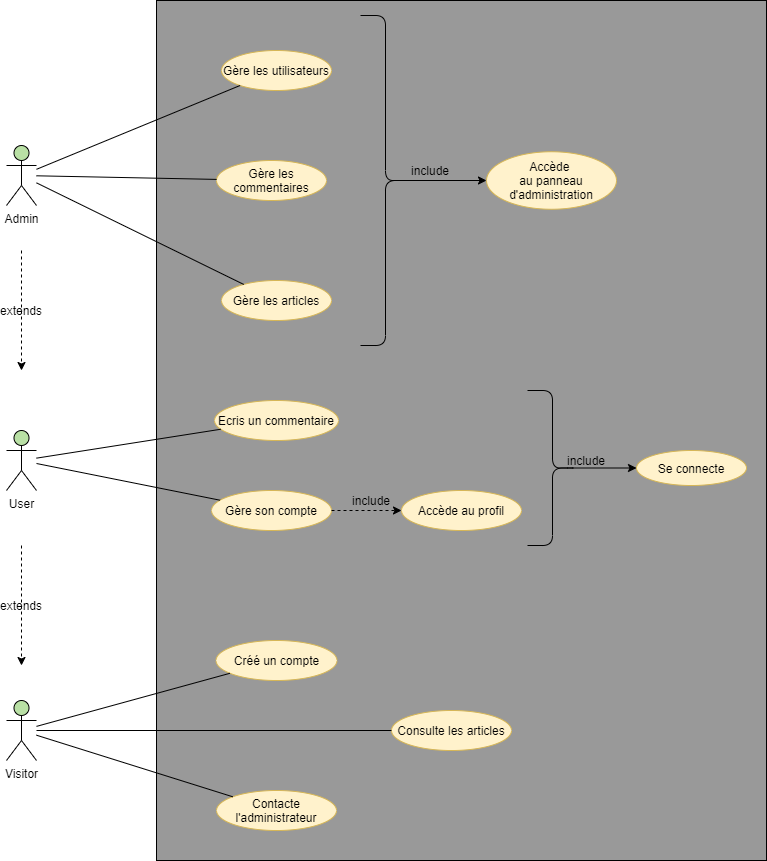
Before: Diagrammes/Diagramme de cas d'utilisation/global_use_case.png, a diagram exported from draw.io (JgPhil/Blog). Source tidied: cells renumbered, new cells last; positions are measured from the earlier drawing's top-left corner, leaving out a move shared by most shapes.
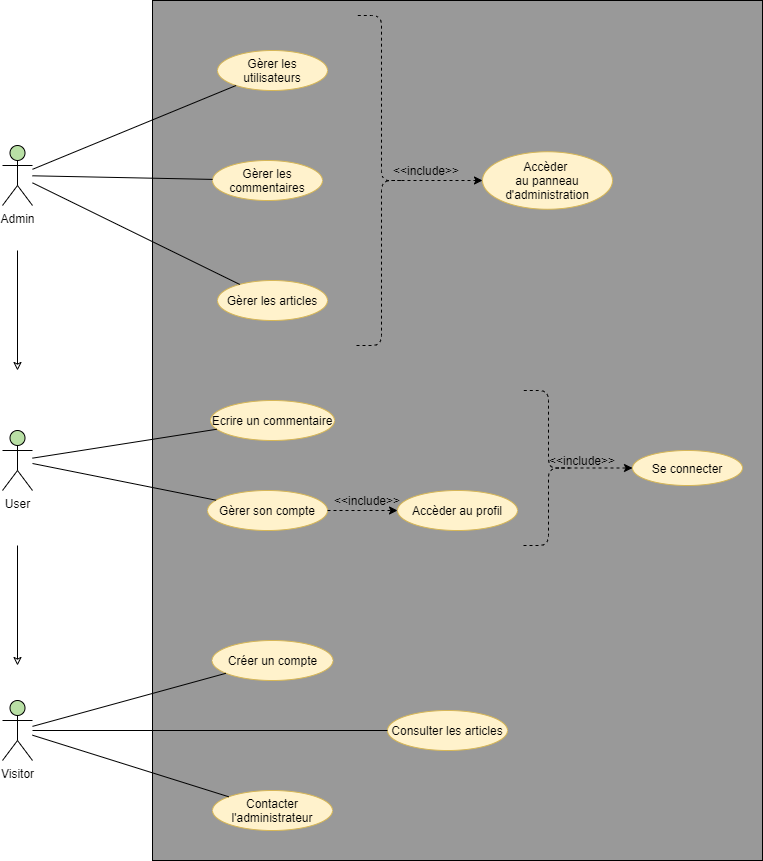
Above is the later version.

Diff of the diagram source:
```diff
@@ -5,7 +5,7 @@
     <mxCell id="2" style="rounded=0;whiteSpace=wrap;html=1;fillColor=#999999;" parent="1" vertex="1">
       <mxGeometry x="155" width="610" height="860" as="geometry" />
     </mxCell>
-    <mxCell id="3" value="Gère les articles" style="ellipse;whiteSpace=wrap;html=1;fillColor=#fff2cc;strokeColor=#d6b656;" parent="1" vertex="1">
+    <mxCell id="3" value="Gèrer les articles" style="ellipse;whiteSpace=wrap;html=1;fillColor=#fff2cc;strokeColor=#d6b656;" parent="1" vertex="1">
       <mxGeometry x="220" y="280" width="110" height="40" as="geometry" />
     </mxCell>
     <mxCell id="4" style="endArrow=none;html=1;" parent="1" edge="1" source="5" target="3">
@@ -20,13 +20,13 @@
     <mxCell id="7" value="Visitor" style="shape=umlActor;verticalLabelPosition=bottom;labelBackgroundColor=#ffffff;verticalAlign=top;html=1;outlineConnect=0;fillColor=#B9E0A5;" parent="1" vertex="1">
       <mxGeometry x="5" y="700" width="30" height="60" as="geometry" />
     </mxCell>
-    <mxCell id="8" value="Consulte les articles" style="ellipse;whiteSpace=wrap;html=1;fillColor=#fff2cc;strokeColor=#d6b656;" parent="1" vertex="1">
+    <mxCell id="8" value="Consulter les articles" style="ellipse;whiteSpace=wrap;html=1;fillColor=#fff2cc;strokeColor=#d6b656;" parent="1" vertex="1">
       <mxGeometry x="390" y="710" width="120" height="40" as="geometry" />
     </mxCell>
-    <mxCell id="9" value="Contacte l'administrateur" style="ellipse;whiteSpace=wrap;html=1;fillColor=#fff2cc;strokeColor=#d6b656;" parent="1" vertex="1">
+    <mxCell id="9" value="Contacter l'administrateur" style="ellipse;whiteSpace=wrap;html=1;fillColor=#fff2cc;strokeColor=#d6b656;" parent="1" vertex="1">
       <mxGeometry x="215" y="790" width="120" height="40" as="geometry" />
     </mxCell>
-    <mxCell id="10" value="Créé un compte" style="ellipse;whiteSpace=wrap;html=1;fillColor=#fff2cc;strokeColor=#d6b656;" parent="1" vertex="1">
+    <mxCell id="10" value="Créer un compte" style="ellipse;whiteSpace=wrap;html=1;fillColor=#fff2cc;strokeColor=#d6b656;" parent="1" vertex="1">
       <mxGeometry x="214.5" y="640" width="121" height="40" as="geometry" />
     </mxCell>
     <mxCell id="11" style="endArrow=none;html=1;" parent="1" edge="1" source="7" target="8">
@@ -38,10 +38,10 @@
     <mxCell id="13" style="endArrow=none;html=1;" parent="1" edge="1" source="7" target="10">
       <mxGeometry relative="1" as="geometry" />
     </mxCell>
-    <mxCell id="14" value="Ecris un commentaire" style="ellipse;whiteSpace=wrap;html=1;fillColor=#fff2cc;strokeColor=#d6b656;" parent="1" vertex="1">
+    <mxCell id="14" value="Ecrire un commentaire" style="ellipse;whiteSpace=wrap;html=1;fillColor=#fff2cc;strokeColor=#d6b656;" parent="1" vertex="1">
       <mxGeometry x="213" y="400" width="124" height="40" as="geometry" />
     </mxCell>
-    <mxCell id="15" value="Gère son compte" style="ellipse;whiteSpace=wrap;html=1;fillColor=#fff2cc;strokeColor=#d6b656;" parent="1" vertex="1">
+    <mxCell id="15" value="Gèrer son compte" style="ellipse;whiteSpace=wrap;html=1;fillColor=#fff2cc;strokeColor=#d6b656;" parent="1" vertex="1">
       <mxGeometry x="210" y="490" width="120" height="40" as="geometry" />
     </mxCell>
     <mxCell id="16" style="endArrow=none;html=1;" parent="1" edge="1" source="6" target="15">
@@ -50,10 +50,10 @@
     <mxCell id="17" style="endArrow=none;html=1;" parent="1" edge="1" source="6" target="14">
       <mxGeometry relative="1" as="geometry" />
     </mxCell>
-    <mxCell id="18" value="Gère les commentaires" style="ellipse;whiteSpace=wrap;html=1;fillColor=#fff2cc;strokeColor=#d6b656;" parent="1" vertex="1">
+    <mxCell id="18" value="Gèrer les commentaires" style="ellipse;whiteSpace=wrap;html=1;fillColor=#fff2cc;strokeColor=#d6b656;" parent="1" vertex="1">
       <mxGeometry x="215" y="160" width="110" height="40" as="geometry" />
     </mxCell>
-    <mxCell id="19" value="Gère les utilisateurs" style="ellipse;whiteSpace=wrap;html=1;fillColor=#fff2cc;strokeColor=#d6b656;" parent="1" vertex="1">
+    <mxCell id="19" value="Gèrer les utilisateurs" style="ellipse;whiteSpace=wrap;html=1;fillColor=#fff2cc;strokeColor=#d6b656;" parent="1" vertex="1">
       <mxGeometry x="220" y="50" width="110" height="40" as="geometry" />
     </mxCell>
     <mxCell id="20" style="endArrow=none;html=1;" parent="1" edge="1" source="5" target="19">
@@ -62,55 +62,49 @@
     <mxCell id="21" style="endArrow=none;html=1;" parent="1" edge="1" source="5" target="18">
       <mxGeometry relative="1" as="geometry" />
     </mxCell>
-    <mxCell id="22" style="endArrow=classic;html=1;dashed=1;" parent="1" edge="1">
+    <mxCell id="22" style="endArrow=classic;html=1;endFill=0;" parent="1" edge="1">
       <mxGeometry relative="1" as="geometry">
         <mxPoint x="20" y="545" as="sourcePoint" />
         <mxPoint x="20" y="665" as="targetPoint" />
       </mxGeometry>
     </mxCell>
-    <mxCell id="23" value="extends" style="text;html=1;strokeColor=none;fillColor=none;align=center;verticalAlign=middle;whiteSpace=wrap;rounded=0;" parent="1" vertex="1">
-      <mxGeometry y="595" width="40" height="20" as="geometry" />
-    </mxCell>
-    <mxCell id="24" style="endArrow=classic;html=1;dashed=1;" parent="1" edge="1">
+    <mxCell id="24" style="endArrow=classic;html=1;endFill=0;" parent="1" edge="1">
       <mxGeometry relative="1" as="geometry">
         <mxPoint x="20" y="250" as="sourcePoint" />
         <mxPoint x="20" y="370" as="targetPoint" />
       </mxGeometry>
     </mxCell>
-    <mxCell id="25" value="extends" style="text;html=1;strokeColor=none;fillColor=none;align=center;verticalAlign=middle;whiteSpace=wrap;rounded=0;" parent="1" vertex="1">
-      <mxGeometry y="300" width="40" height="20" as="geometry" />
-    </mxCell>
-    <mxCell id="26" style="shape=curlyBracket;whiteSpace=wrap;html=1;rounded=1;rotation=-180;" parent="1" vertex="1">
+    <mxCell id="26" style="shape=curlyBracket;whiteSpace=wrap;html=1;rounded=1;rotation=-180;dashed=1;" parent="1" vertex="1">
       <mxGeometry x="359" y="15" width="50" height="330" as="geometry" />
     </mxCell>
-    <mxCell id="27" style="endArrow=classic;html=1;exitX=0.1;exitY=0.5;exitDx=0;exitDy=0;exitPerimeter=0;" parent="1" edge="1" source="26" target="32">
+    <mxCell id="27" style="endArrow=classic;html=1;exitX=0.1;exitY=0.5;exitDx=0;exitDy=0;exitPerimeter=0;dashed=1;" parent="1" edge="1" source="26" target="32">
       <mxGeometry relative="1" as="geometry" />
     </mxCell>
-    <mxCell id="28" value="include" style="text;html=1;strokeColor=none;fillColor=none;align=center;verticalAlign=middle;whiteSpace=wrap;rounded=0;" parent="1" vertex="1">
+    <mxCell id="28" value="&amp;lt;&amp;lt;include&amp;gt;&amp;gt;" style="text;html=1;strokeColor=none;fillColor=none;align=center;verticalAlign=middle;whiteSpace=wrap;rounded=0;" parent="1" vertex="1">
       <mxGeometry x="409" y="160" width="40" height="20" as="geometry" />
     </mxCell>
-    <mxCell id="29" style="shape=curlyBracket;whiteSpace=wrap;html=1;rounded=1;rotation=-180;" parent="1" vertex="1">
+    <mxCell id="29" style="shape=curlyBracket;whiteSpace=wrap;html=1;rounded=1;rotation=-180;dashed=1;" parent="1" vertex="1">
       <mxGeometry x="526" y="390" width="50" height="155" as="geometry" />
     </mxCell>
-    <mxCell id="30" style="endArrow=classic;html=1;exitX=0.1;exitY=0.5;exitDx=0;exitDy=0;exitPerimeter=0;" parent="1" edge="1" source="29" target="33">
+    <mxCell id="30" style="endArrow=classic;html=1;exitX=0.1;exitY=0.5;exitDx=0;exitDy=0;exitPerimeter=0;dashed=1;" parent="1" edge="1" source="29" target="33">
       <mxGeometry relative="1" as="geometry" />
     </mxCell>
-    <mxCell id="31" value="include" style="text;html=1;strokeColor=none;fillColor=none;align=center;verticalAlign=middle;whiteSpace=wrap;rounded=0;" parent="1" vertex="1">
+    <mxCell id="31" value="&amp;lt;&amp;lt;include&amp;gt;&amp;gt;" style="text;html=1;strokeColor=none;fillColor=none;align=center;verticalAlign=middle;whiteSpace=wrap;rounded=0;" parent="1" vertex="1">
       <mxGeometry x="565" y="450" width="40" height="20" as="geometry" />
     </mxCell>
-    <mxCell id="32" value="Accède &lt;br&gt;au panneau d'administration" style="ellipse;whiteSpace=wrap;html=1;fillColor=#fff2cc;strokeColor=#d6b656;" parent="1" vertex="1">
+    <mxCell id="32" value="Accèder&amp;nbsp;&lt;br&gt;au panneau d'administration" style="ellipse;whiteSpace=wrap;html=1;fillColor=#fff2cc;strokeColor=#d6b656;" parent="1" vertex="1">
       <mxGeometry x="485" y="151.2" width="130" height="57.5" as="geometry" />
     </mxCell>
-    <mxCell id="33" value="Se connecte" style="ellipse;whiteSpace=wrap;html=1;fillColor=#fff2cc;strokeColor=#d6b656;" parent="1" vertex="1">
+    <mxCell id="33" value="Se connecter" style="ellipse;whiteSpace=wrap;html=1;fillColor=#fff2cc;strokeColor=#d6b656;" parent="1" vertex="1">
       <mxGeometry x="635" y="450" width="110" height="35" as="geometry" />
     </mxCell>
-    <mxCell id="34" value="Accède au profil" style="ellipse;whiteSpace=wrap;html=1;fillColor=#fff2cc;strokeColor=#d6b656;" parent="1" vertex="1">
+    <mxCell id="34" value="Accèder au profil" style="ellipse;whiteSpace=wrap;html=1;fillColor=#fff2cc;strokeColor=#d6b656;" parent="1" vertex="1">
       <mxGeometry x="400" y="490" width="120" height="40" as="geometry" />
     </mxCell>
     <mxCell id="35" style="endArrow=classic;html=1;dashed=1;" parent="1" edge="1" source="15" target="34">
       <mxGeometry relative="1" as="geometry" />
     </mxCell>
-    <mxCell id="36" value="include" style="text;html=1;strokeColor=none;fillColor=none;align=center;verticalAlign=middle;whiteSpace=wrap;rounded=0;" parent="1" vertex="1">
+    <mxCell id="36" value="&amp;lt;&amp;lt;include&amp;gt;&amp;gt;" style="text;html=1;strokeColor=none;fillColor=none;align=center;verticalAlign=middle;whiteSpace=wrap;rounded=0;" parent="1" vertex="1">
       <mxGeometry x="350" y="490" width="40" height="20" as="geometry" />
     </mxCell>
   </root>
```
